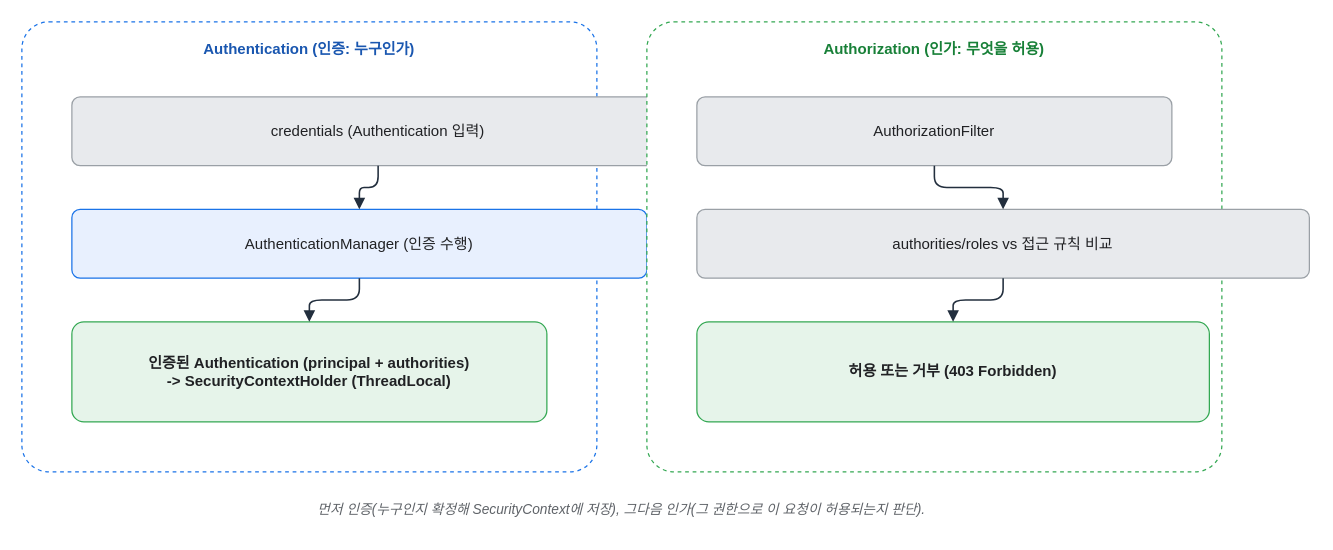
This is assets/img/spring/spring-24-authn-authz.drawio from KKamJi98/kkamji98.github.io, a draw.io file, before an edit. Source tidied: cells renumbered, new cells numbered last; positions are measured from the earlier drawing's top-left corner, leaving out a move shared by most shapes. Both pictures are drawn from the tidied source at 125%, with x=0, y=0 at pixel (21, 21).
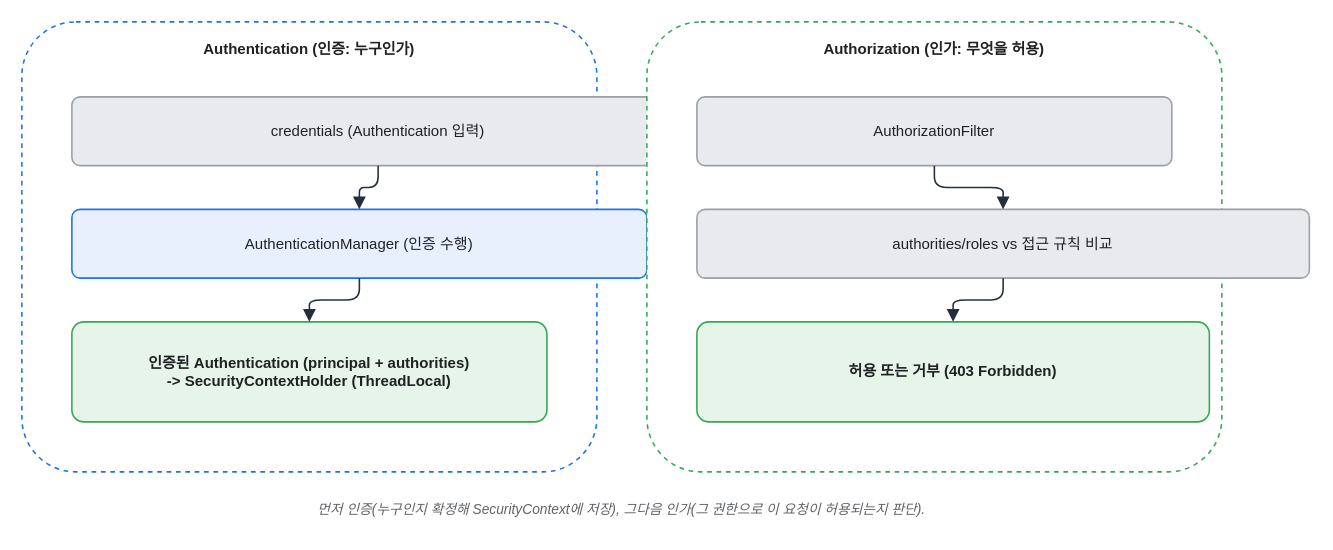
After the change.

The edit, as a diff of the source:
```diff
@@
 <mxGraphModel background="#FFFFFF">
   <root>
     <mxCell id="0" />
     <mxCell id="1" parent="0" />
-    <mxCell id="2" value="Authentication (인증: 누구인가)" style="rounded=1;whiteSpace=wrap;html=0;arcSize=6;shadow=0;fillColor=#FFFFFF;strokeColor=#1A73E8;fontColor=#1A57B0;fontStyle=1;verticalAlign=top;align=center;dashed=1;spacingTop=8;" parent="1" vertex="1">
+    <mxCell id="2" value="Authentication (인증: 누구인가)" style="rounded=1;whiteSpace=wrap;html=0;arcSize=12;shadow=0;fillColor=#FFFFFF;strokeColor=#1A73E8;fontColor=#202124;fontStyle=1;verticalAlign=top;align=center;dashed=1;spacingTop=8;strokeWidth=1.25;" parent="1" vertex="1">
       <mxGeometry width="460" height="360" as="geometry" />
     </mxCell>
-    <mxCell id="3" value="credentials (Authentication 입력)" style="rounded=1;whiteSpace=wrap;html=0;arcSize=12;shadow=0;fillColor=#E8EAED;strokeColor=#9AA0A6;fontColor=#202124;" parent="1" vertex="1">
+    <mxCell id="3" value="credentials (Authentication 입력)" style="rounded=1;whiteSpace=wrap;html=0;arcSize=12;shadow=0;fillColor=#E8EAED;strokeColor=#9AA0A6;fontColor=#202124;strokeWidth=1.25;" parent="1" vertex="1">
       <mxGeometry x="40" y="60" width="490" height="55" as="geometry" />
     </mxCell>
-    <mxCell id="4" value="AuthenticationManager (인증 수행)" style="rounded=1;whiteSpace=wrap;html=0;arcSize=12;shadow=0;fillColor=#E8F0FE;strokeColor=#1A73E8;fontColor=#202124;" parent="1" vertex="1">
+    <mxCell id="4" value="AuthenticationManager (인증 수행)" style="rounded=1;whiteSpace=wrap;html=0;arcSize=12;shadow=0;fillColor=#E8F0FE;strokeColor=#1A73E8;fontColor=#202124;strokeWidth=1.25;" parent="1" vertex="1">
       <mxGeometry x="40" y="150" width="460" height="55" as="geometry" />
     </mxCell>
-    <mxCell id="5" value="인증된 Authentication (principal + authorities)&#10;-&gt; SecurityContextHolder (ThreadLocal)" style="rounded=1;whiteSpace=wrap;html=0;arcSize=12;shadow=0;fillColor=#E6F4EA;strokeColor=#34A853;fontColor=#202124;fontStyle=1;" parent="1" vertex="1">
+    <mxCell id="5" value="인증된 Authentication (principal + authorities)&#10;-&gt; SecurityContextHolder (ThreadLocal)" style="rounded=1;whiteSpace=wrap;html=0;arcSize=12;shadow=0;fillColor=#E6F4EA;strokeColor=#34A853;fontColor=#202124;fontStyle=1;strokeWidth=1.25;" parent="1" vertex="1">
       <mxGeometry x="40" y="240" width="380" height="80" as="geometry" />
     </mxCell>
-    <mxCell id="6" value="Authorization (인가: 무엇을 허용)" style="rounded=1;whiteSpace=wrap;html=0;arcSize=6;shadow=0;fillColor=#FFFFFF;strokeColor=#34A853;fontColor=#188038;fontStyle=1;verticalAlign=top;align=center;dashed=1;spacingTop=8;" parent="1" vertex="1">
+    <mxCell id="6" value="Authorization (인가: 무엇을 허용)" style="rounded=1;whiteSpace=wrap;html=0;arcSize=12;shadow=0;fillColor=#FFFFFF;strokeColor=#34A853;fontColor=#202124;fontStyle=1;verticalAlign=top;align=center;dashed=1;spacingTop=8;strokeWidth=1.25;" parent="1" vertex="1">
       <mxGeometry x="500" width="460" height="360" as="geometry" />
     </mxCell>
-    <mxCell id="7" value="AuthorizationFilter" style="rounded=1;whiteSpace=wrap;html=0;arcSize=12;shadow=0;fillColor=#E8EAED;strokeColor=#9AA0A6;fontColor=#202124;" parent="1" vertex="1">
+    <mxCell id="7" value="AuthorizationFilter" style="rounded=1;whiteSpace=wrap;html=0;arcSize=12;shadow=0;fillColor=#E8EAED;strokeColor=#9AA0A6;fontColor=#202124;strokeWidth=1.25;" parent="1" vertex="1">
       <mxGeometry x="540" y="60" width="380" height="55" as="geometry" />
     </mxCell>
-    <mxCell id="8" value="authorities/roles  vs  접근 규칙 비교" style="rounded=1;whiteSpace=wrap;html=0;arcSize=12;shadow=0;fillColor=#E8EAED;strokeColor=#9AA0A6;fontColor=#202124;" parent="1" vertex="1">
+    <mxCell id="8" value="authorities/roles  vs  접근 규칙 비교" style="rounded=1;whiteSpace=wrap;html=0;arcSize=12;shadow=0;fillColor=#E8EAED;strokeColor=#9AA0A6;fontColor=#202124;strokeWidth=1.25;" parent="1" vertex="1">
       <mxGeometry x="540" y="150" width="490" height="55" as="geometry" />
     </mxCell>
-    <mxCell id="9" value="허용  또는  거부 (403 Forbidden)" style="rounded=1;whiteSpace=wrap;html=0;arcSize=12;shadow=0;fillColor=#E6F4EA;strokeColor=#34A853;fontColor=#202124;fontStyle=1;" parent="1" vertex="1">
+    <mxCell id="9" value="허용  또는  거부 (403 Forbidden)" style="rounded=1;whiteSpace=wrap;html=0;arcSize=12;shadow=0;fillColor=#E6F4EA;strokeColor=#34A853;fontColor=#202124;fontStyle=1;strokeWidth=1.25;" parent="1" vertex="1">
       <mxGeometry x="540" y="240" width="410" height="80" as="geometry" />
     </mxCell>
     <mxCell id="10" value="먼저 인증(누구인지 확정해 SecurityContext에 저장), 그다음 인가(그 권한으로 이 요청이 허용되는지 판단)." style="text;html=0;align=center;verticalAlign=middle;whiteSpace=wrap;fontSize=11;fontColor=#5F6368;fontStyle=2;" parent="1" vertex="1">
       <mxGeometry y="375" width="960" height="30" as="geometry" />
     </mxCell>
-    <mxCell id="11" style="edgeStyle=orthogonalEdgeStyle;rounded=1;html=0;endArrow=block;strokeColor=#232F3E;strokeWidth=1.25;" parent="1" edge="1" source="3" target="4">
+    <mxCell id="11" style="edgeStyle=orthogonalEdgeStyle;rounded=1;html=0;endArrow=block;strokeColor=#232F3E;strokeWidth=1.25;endSize=7;fontColor=#202124;" parent="1" edge="1" source="3" target="4">
       <mxGeometry relative="1" as="geometry" />
     </mxCell>
-    <mxCell id="12" style="edgeStyle=orthogonalEdgeStyle;rounded=1;html=0;endArrow=block;strokeColor=#232F3E;strokeWidth=1.25;" parent="1" edge="1" source="4" target="5">
+    <mxCell id="12" style="edgeStyle=orthogonalEdgeStyle;rounded=1;html=0;endArrow=block;strokeColor=#232F3E;strokeWidth=1.25;endSize=7;fontColor=#202124;" parent="1" edge="1" source="4" target="5">
       <mxGeometry relative="1" as="geometry" />
     </mxCell>
-    <mxCell id="13" style="edgeStyle=orthogonalEdgeStyle;rounded=1;html=0;endArrow=block;strokeColor=#232F3E;strokeWidth=1.25;" parent="1" edge="1" source="7" target="8">
+    <mxCell id="13" style="edgeStyle=orthogonalEdgeStyle;rounded=1;html=0;endArrow=block;strokeColor=#232F3E;strokeWidth=1.25;endSize=7;fontColor=#202124;" parent="1" edge="1" source="7" target="8">
       <mxGeometry relative="1" as="geometry" />
     </mxCell>
-    <mxCell id="14" style="edgeStyle=orthogonalEdgeStyle;rounded=1;html=0;endArrow=block;strokeColor=#232F3E;strokeWidth=1.25;" parent="1" edge="1" source="8" target="9">
+    <mxCell id="14" style="edgeStyle=orthogonalEdgeStyle;rounded=1;html=0;endArrow=block;strokeColor=#232F3E;strokeWidth=1.25;endSize=7;fontColor=#202124;" parent="1" edge="1" source="8" target="9">
       <mxGeometry relative="1" as="geometry" />
     </mxCell>
   </root>
 </mxGraphModel>
```
